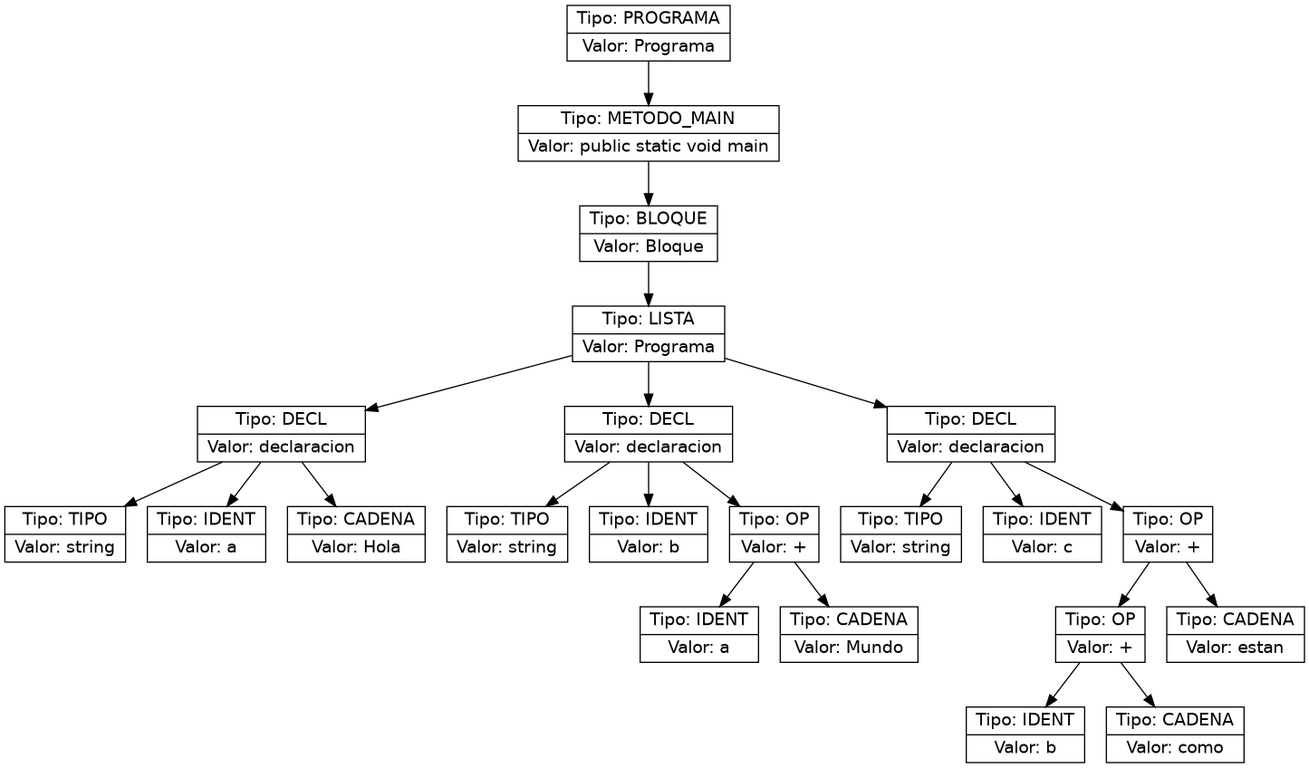
Before: ast.png, a diagram exported from Graphviz (Farot30/OLC2_2s2025_P2_202307820). Its source is kept beside it as ast.dot.
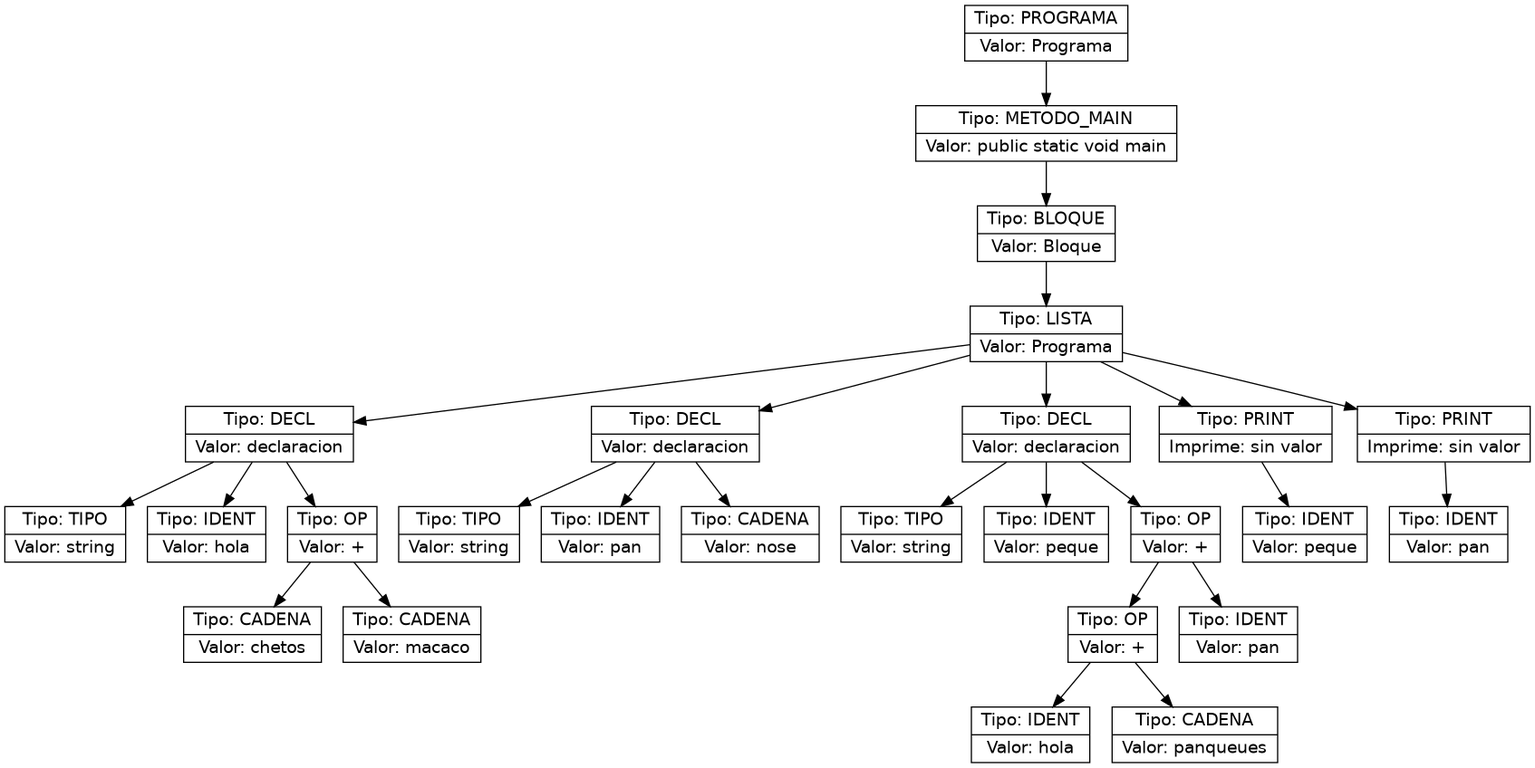
Above is the later version.

The edit, as a diff of the source:
```diff
@@ -1,46 +1,54 @@
 digraph AST {
   node [shape=record,fontname="Helvetica"];
-  n0x598fe14379f0 [label="{Tipo: PROGRAMA|Valor: Programa}"];
-  n0x598fe14379f0 -> n0x598fe1552ee0;
-  n0x598fe1552ee0 [label="{Tipo: METODO_MAIN|Valor: public static void main}"];
-  n0x598fe1552ee0 -> n0x598fe12d7320;
-  n0x598fe12d7320 [label="{Tipo: BLOQUE|Valor: Bloque}"];
-  n0x598fe12d7320 -> n0x598fe12b1e10;
-  n0x598fe12b1e10 [label="{Tipo: LISTA|Valor: Programa}"];
-  n0x598fe12b1e10 -> n0x598fe152bf90;
-  n0x598fe152bf90 [label="{Tipo: DECL|Valor: declaracion}"];
-  n0x598fe152bf90 -> n0x598fe129a180;
-  n0x598fe129a180 [label="{Tipo: TIPO|Valor: string}"];
-  n0x598fe152bf90 -> n0x598fe1565d10;
-  n0x598fe1565d10 [label="{Tipo: IDENT|Valor: a}"];
-  n0x598fe152bf90 -> n0x598fe154a480;
-  n0x598fe154a480 [label="{Tipo: CADENA|Valor: Hola}"];
-  n0x598fe12b1e10 -> n0x598fe1549d40;
-  n0x598fe1549d40 [label="{Tipo: DECL|Valor: declaracion}"];
-  n0x598fe1549d40 -> n0x598fe168ca90;
-  n0x598fe168ca90 [label="{Tipo: TIPO|Valor: string}"];
-  n0x598fe1549d40 -> n0x598fe154af60;
-  n0x598fe154af60 [label="{Tipo: IDENT|Valor: b}"];
-  n0x598fe1549d40 -> n0x598fe12aef20;
-  n0x598fe12aef20 [label="{Tipo: OP|Valor: +}"];
-  n0x598fe12aef20 -> n0x598fe1345230;
-  n0x598fe1345230 [label="{Tipo: IDENT|Valor: a}"];
-  n0x598fe12aef20 -> n0x598fe14b06e0;
-  n0x598fe14b06e0 [label="{Tipo: CADENA|Valor: Mundo}"];
-  n0x598fe12b1e10 -> n0x598fe12d33c0;
-  n0x598fe12d33c0 [label="{Tipo: DECL|Valor: declaracion}"];
-  n0x598fe12d33c0 -> n0x598fe14ad790;
-  n0x598fe14ad790 [label="{Tipo: TIPO|Valor: string}"];
-  n0x598fe12d33c0 -> n0x598fe12d7200;
-  n0x598fe12d7200 [label="{Tipo: IDENT|Valor: c}"];
-  n0x598fe12d33c0 -> n0x598fe1639ba0;
-  n0x598fe1639ba0 [label="{Tipo: OP|Valor: +}"];
-  n0x598fe1639ba0 -> n0x598fe12d6360;
-  n0x598fe12d6360 [label="{Tipo: OP|Valor: +}"];
-  n0x598fe12d6360 -> n0x598fe1553960;
-  n0x598fe1553960 [label="{Tipo: IDENT|Valor: b}"];
-  n0x598fe12d6360 -> n0x598fe155c720;
-  n0x598fe155c720 [label="{Tipo: CADENA|Valor: como}"];
-  n0x598fe1639ba0 -> n0x598fe1553900;
-  n0x598fe1553900 [label="{Tipo: CADENA|Valor: estan}"];
+  n0x62ee48352f00 [label="{Tipo: PROGRAMA|Valor: Programa}"];
+  n0x62ee48352f00 -> n0x62ee48413d40;
+  n0x62ee48413d40 [label="{Tipo: METODO_MAIN|Valor: public static void main}"];
+  n0x62ee48413d40 -> n0x62ee4840e7e0;
+  n0x62ee4840e7e0 [label="{Tipo: BLOQUE|Valor: Bloque}"];
+  n0x62ee4840e7e0 -> n0x62ee48426c10;
+  n0x62ee48426c10 [label="{Tipo: LISTA|Valor: Programa}"];
+  n0x62ee48426c10 -> n0x62ee4823c840;
+  n0x62ee4823c840 [label="{Tipo: DECL|Valor: declaracion}"];
+  n0x62ee4823c840 -> n0x62ee48494180;
+  n0x62ee48494180 [label="{Tipo: TIPO|Valor: string}"];
+  n0x62ee4823c840 -> n0x62ee48494080;
+  n0x62ee48494080 [label="{Tipo: IDENT|Valor: hola}"];
+  n0x62ee4823c840 -> n0x62ee48236080;
+  n0x62ee48236080 [label="{Tipo: OP|Valor: +}"];
+  n0x62ee48236080 -> n0x62ee48535a40;
+  n0x62ee48535a40 [label="{Tipo: CADENA|Valor: chetos }"];
+  n0x62ee48236080 -> n0x62ee48496480;
+  n0x62ee48496480 [label="{Tipo: CADENA|Valor: macaco }"];
+  n0x62ee48426c10 -> n0x62ee484979e0;
+  n0x62ee484979e0 [label="{Tipo: DECL|Valor: declaracion}"];
+  n0x62ee484979e0 -> n0x62ee484207f0;
+  n0x62ee484207f0 [label="{Tipo: TIPO|Valor: string}"];
+  n0x62ee484979e0 -> n0x62ee484a7060;
+  n0x62ee484a7060 [label="{Tipo: IDENT|Valor: pan}"];
+  n0x62ee484979e0 -> n0x62ee4860c0d0;
+  n0x62ee4860c0d0 [label="{Tipo: CADENA|Valor: nose }"];
+  n0x62ee48426c10 -> n0x62ee4848cbe0;
+  n0x62ee4848cbe0 [label="{Tipo: DECL|Valor: declaracion}"];
+  n0x62ee4848cbe0 -> n0x62ee484a6e20;
+  n0x62ee484a6e20 [label="{Tipo: TIPO|Valor: string}"];
+  n0x62ee4848cbe0 -> n0x62ee48494860;
+  n0x62ee48494860 [label="{Tipo: IDENT|Valor: peque}"];
+  n0x62ee4848cbe0 -> n0x62ee48619720;
+  n0x62ee48619720 [label="{Tipo: OP|Valor: +}"];
+  n0x62ee48619720 -> n0x62ee48495ee0;
+  n0x62ee48495ee0 [label="{Tipo: OP|Valor: +}"];
+  n0x62ee48495ee0 -> n0x62ee481f9970;
+  n0x62ee481f9970 [label="{Tipo: IDENT|Valor: hola}"];
+  n0x62ee48495ee0 -> n0x62ee484a6520;
+  n0x62ee484a6520 [label="{Tipo: CADENA|Valor: panqueues }"];
+  n0x62ee48619720 -> n0x62ee4848eee0;
+  n0x62ee4848eee0 [label="{Tipo: IDENT|Valor: pan}"];
+  n0x62ee48426c10 -> n0x62ee484a51c0;
+  n0x62ee484a51c0 [label="{Tipo: PRINT|Imprime: sin valor}"];
+  n0x62ee484a51c0 -> n0x62ee484a59a0;
+  n0x62ee484a59a0 [label="{Tipo: IDENT|Valor: peque}"];
+  n0x62ee48426c10 -> n0x62ee48492070;
+  n0x62ee48492070 [label="{Tipo: PRINT|Imprime: sin valor}"];
+  n0x62ee48492070 -> n0x62ee48557d20;
+  n0x62ee48557d20 [label="{Tipo: IDENT|Valor: pan}"];
 }
```
